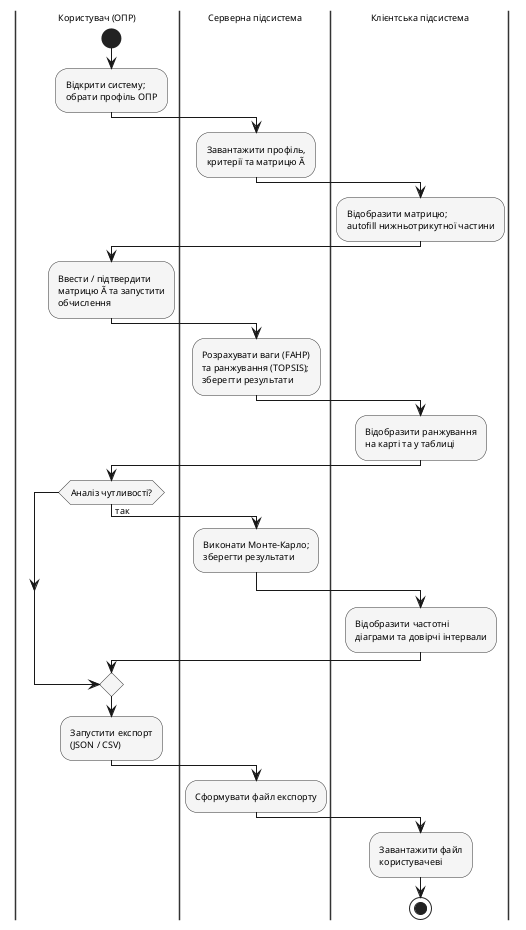
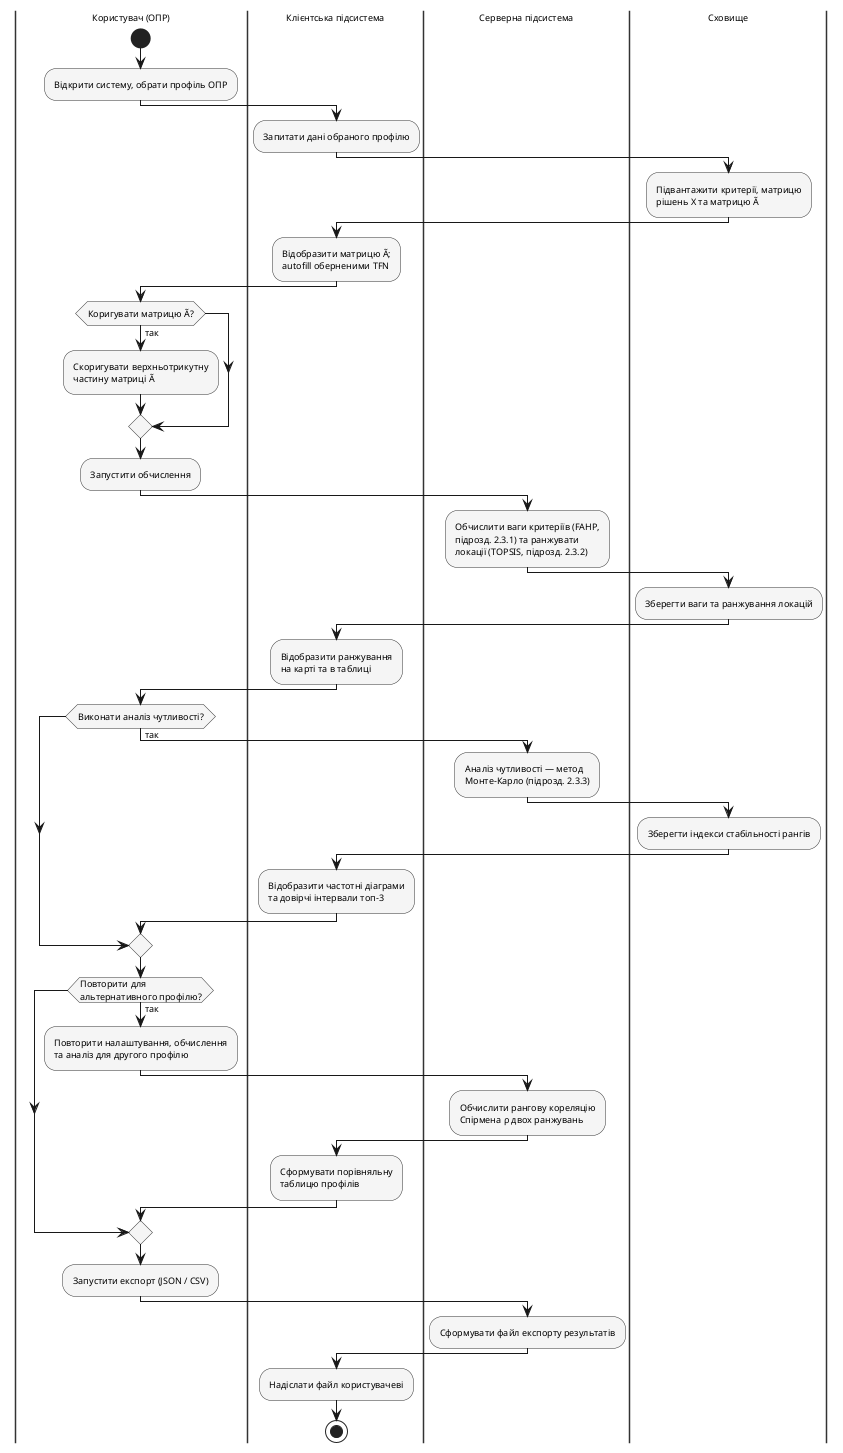
@startuml
' Рис. 2.10. Діаграма активностей загального сценарію функціонування системи
skinparam shadowing false
skinparam defaultFontName "Times New Roman"
skinparam defaultFontSize 9
skinparam pageMargin 3
+ skinparam ArrowThickness 1
skinparam activity {
    BackgroundColor #f5f5f5
    BorderColor #333333
}
skinparam swimlane {
    BackgroundColor #fafafa
    BorderColor #333333
}

+ ' порядок доріжок фіксується першою згадкою
+ |Користувач (ОПР)|
+ |Клієнтська підсистема|
+ |Серверна підсистема|
+ |Сховище|
+ 
|Користувач (ОПР)|
start
- :Відкрити систему;\nобрати профіль ОПР;
+ :Відкрити систему, обрати профіль ОПР;
+ 
+ |Клієнтська підсистема|
+ :Запитати дані обраного профілю;
+ 
+ |Сховище|
+ :Підвантажити критерії, матрицю\nрішень X та матрицю Ã;
+ 
+ |Клієнтська підсистема|
+ :Відобразити матрицю Ã;\nautofill оберненими TFN;
+ 
+ |Користувач (ОПР)|
+ if (Коригувати матрицю Ã?) then (так)
+   :Скоригувати верхньотрикутну\nчастину матриці Ã;
+ endif
+ :Запустити обчислення;

|Серверна підсистема|
- :Завантажити профіль,\nкритерії та матрицю Ã;
+ :Обчислити ваги критеріїв (FAHP,\nпідрозд. 2.3.1) та ранжувати\nлокації (TOPSIS, підрозд. 2.3.2);
+ 
+ |Сховище|
+ :Зберегти ваги та ранжування локацій;

|Клієнтська підсистема|
- :Відобразити матрицю;\nautofill нижньотрикутної частини;
+ :Відобразити ранжування\nна карті та в таблиці;

|Користувач (ОПР)|
- :Ввести / підтвердити\nматрицю Ã та запустити\nобчислення;
- 
- |Серверна підсистема|
- :Розрахувати ваги (FAHP)\nта ранжування (TOPSIS);\nзберегти результати;
- 
- |Клієнтська підсистема|
- :Відобразити ранжування\nна карті та у таблиці;
- 
- |Користувач (ОПР)|
- if (Аналіз чутливості?) then (так)
-     |Серверна підсистема|
-     :Виконати Монте-Карло;\nзберегти результати;
-     |Клієнтська підсистема|
-     :Відобразити частотні\nдіаграми та довірчі інтервали;
+ if (Виконати аналіз чутливості?) then (так)
+   |Серверна підсистема|
+   :Аналіз чутливості — метод\nМонте-Карло (підрозд. 2.3.3);
+   |Сховище|
+   :Зберегти індекси стабільності рангів;
+   |Клієнтська підсистема|
+   :Відобразити частотні діаграми\nта довірчі інтервали топ-3;
endif

|Користувач (ОПР)|
- :Запустити експорт\n(JSON / CSV);
+ if (Повторити для\nальтернативного профілю?) then (так)
+   :Повторити налаштування, обчислення\nта аналіз для другого профілю;
+   |Серверна підсистема|
+   :Обчислити рангову кореляцію\nСпірмена ρ двох ранжувань;
+   |Клієнтська підсистема|
+   :Сформувати порівняльну\nтаблицю профілів;
+ endif
+ 
+ |Користувач (ОПР)|
+ :Запустити експорт (JSON / CSV);
+ 
|Серверна підсистема|
- :Сформувати файл експорту;
+ :Сформувати файл експорту результатів;
+ 
|Клієнтська підсистема|
- :Завантажити файл\nкористувачеві;
+ :Надіслати файл користувачеві;
stop

@enduml
